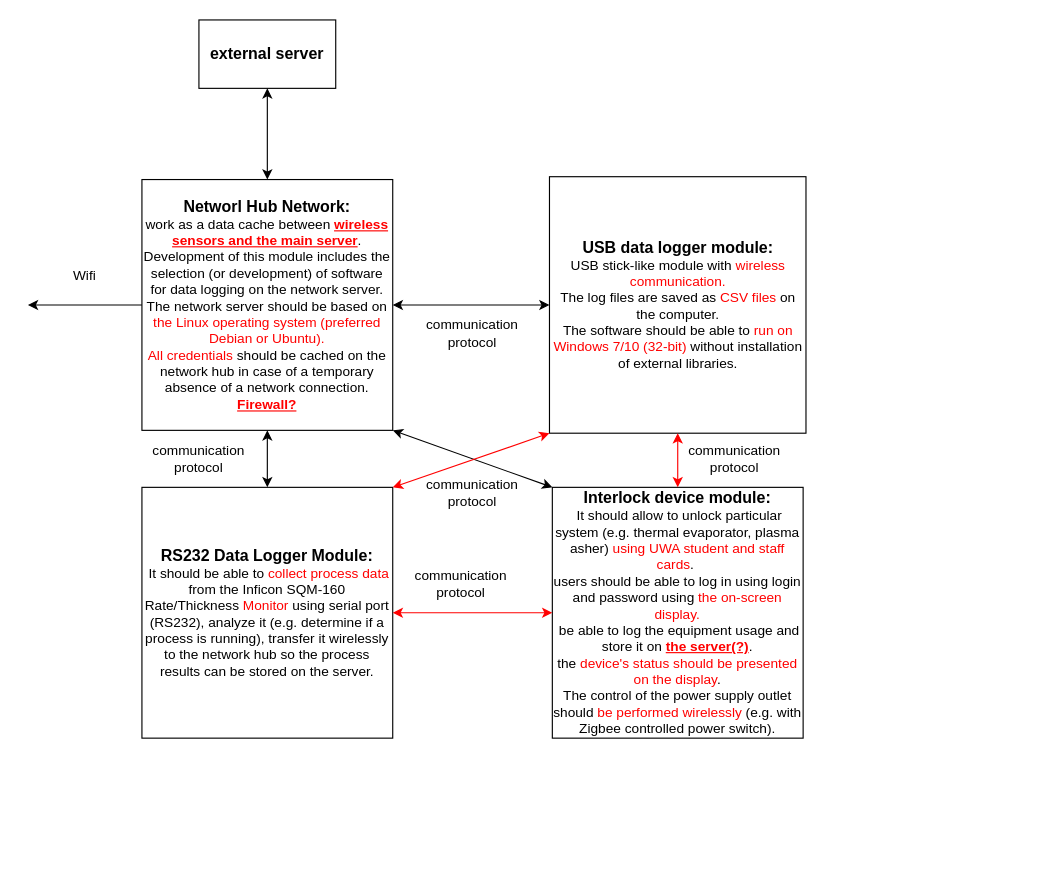
Before: Untitled Diagram.drawio in YJLinUWA/Getting-under-skin, a draw.io diagram. Source tidied: cells renumbered, new cells numbered last; positions are measured from the earlier drawing's top-left corner, leaving out a move shared by most shapes. Both pictures are drawn from the tidied source at 114%, with x=0, y=0 at pixel (27, 19).
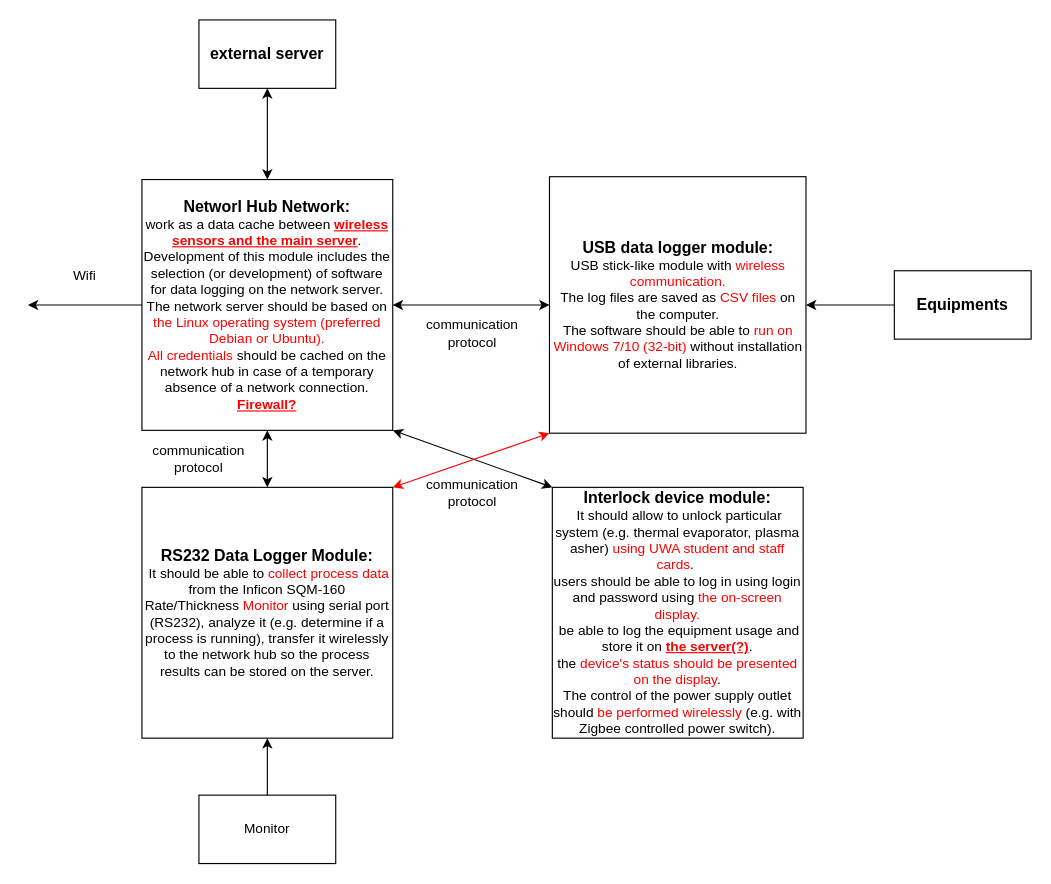
After the change.

Unchanged cells that the change refers to:
```xml
<mxCell id="4" value="&lt;b&gt;&lt;font style=&quot;font-size: 14px;&quot;&gt;USB data logger module:&lt;/font&gt;&lt;/b&gt;&lt;br&gt;USB stick-like module with &lt;font color=&quot;#ff0000&quot;&gt;wireless communication. &lt;br&gt;&lt;/font&gt;The log files are saved as&lt;font color=&quot;#ff0000&quot;&gt; CSV files &lt;/font&gt;on the computer. &lt;br&gt;The software should be able to &lt;font color=&quot;#ff0000&quot;&gt;run on Windows 7/10 (32-bit) &lt;/font&gt;without installation of external libraries." style="whiteSpace=wrap;html=1;" parent="1" vertex="1">
  <mxGeometry x="457.5" y="137.5" width="225" height="225" as="geometry" />
</mxCell>
<mxCell id="5" value="&lt;b&gt;&lt;font style=&quot;font-size: 14px;&quot;&gt;RS232 Data Logger Module:&lt;/font&gt;&lt;/b&gt;&lt;br&gt;&amp;nbsp;It should be able to &lt;font color=&quot;#ff0000&quot;&gt;collect process data&lt;/font&gt; from the Inficon SQM-160 Rate/Thickness&lt;font color=&quot;#ff0000&quot;&gt; Monitor&lt;/font&gt; using serial port (RS232), analyze it (e.g. determine if a process is running), transfer it wirelessly to the network hub so the process results can be stored on the server." style="whiteSpace=wrap;html=1;" parent="1" vertex="1">
  <mxGeometry x="100" y="410" width="220" height="220" as="geometry" />
</mxCell>
<mxCell id="6" value="&lt;font style=&quot;font-size: 14px;&quot;&gt;&lt;b&gt;Interlock device module:&lt;/b&gt;&lt;/font&gt;&lt;br&gt;&amp;nbsp;It should allow to unlock particular system (e.g. thermal evaporator, plasma asher) &lt;font color=&quot;#ff0000&quot;&gt;using UWA student and staff cards&lt;/font&gt;.&amp;nbsp;&lt;br&gt;users should be able to log in using login and password using &lt;font color=&quot;#ff0000&quot;&gt;the on-screen display.&lt;br&gt;&lt;/font&gt;&amp;nbsp;be able to log the equipment usage and store it on&lt;font color=&quot;#ff0000&quot;&gt; &lt;b&gt;&lt;u&gt;the server(?)&lt;/u&gt;&lt;/b&gt;&lt;/font&gt;. &lt;br&gt;the &lt;font color=&quot;#ff0000&quot;&gt;device's status should be presented on the display&lt;/font&gt;. &lt;br&gt;The control of the power supply outlet should &lt;font color=&quot;#ff0000&quot;&gt;be performed wirelessly&lt;/font&gt; (e.g. with Zigbee controlled power switch)." style="whiteSpace=wrap;html=1;" parent="1" vertex="1">
  <mxGeometry x="460" y="410" width="220" height="220" as="geometry" />
</mxCell>
```

What changed in the source:
```diff
@@
-    <mxCell id="12" style="endArrow=classic;startArrow=classic;html=1;rounded=0;exitX=0.5;exitY=0;exitDx=0;exitDy=0;entryX=0.5;entryY=1;entryDx=0;entryDy=0;strokeColor=#ff0000;" parent="1" edge="1" source="6" target="4">
-      <mxGeometry relative="1" as="geometry" />
-    </mxCell>
-    <mxCell id="13" style="endArrow=classic;startArrow=classic;html=1;rounded=0;entryX=0;entryY=0.5;entryDx=0;entryDy=0;exitX=1;exitY=0.5;exitDx=0;exitDy=0;strokeColor=#FF0000;" parent="1" edge="1" source="5" target="6">
-      <mxGeometry relative="1" as="geometry" />
-    </mxCell>
-    <mxCell id="14" value="communication protocol" style="text;html=1;strokeColor=none;fillColor=none;align=center;verticalAlign=middle;whiteSpace=wrap;rounded=0;" parent="1" vertex="1">
-      <mxGeometry x="350" y="480" width="60" height="30" as="geometry" />
-    </mxCell>
@@
-    <mxCell id="16" value="communication protocol" style="text;html=1;strokeColor=none;fillColor=none;align=center;verticalAlign=middle;whiteSpace=wrap;rounded=0;" parent="1" vertex="1">
-      <mxGeometry x="590" y="370" width="60" height="30" as="geometry" />
-    </mxCell>
@@
+    <mxCell id="21" style="edgeStyle=orthogonalEdgeStyle;rounded=0;jettySize=auto;html=1;exitX=0.5;exitY=0;exitDx=0;exitDy=0;entryX=0.5;entryY=1;entryDx=0;entryDy=0;" parent="1" edge="1" source="22" target="5">
+      <mxGeometry relative="1" as="geometry" />
+    </mxCell>
+    <mxCell id="22" value="Monitor" style="rounded=0;whiteSpace=wrap;html=1;" parent="1" vertex="1">
+      <mxGeometry x="150" y="680" width="120" height="60" as="geometry" />
+    </mxCell>
+    <mxCell id="23" style="edgeStyle=orthogonalEdgeStyle;rounded=0;jettySize=auto;html=1;exitX=0;exitY=0.5;exitDx=0;exitDy=0;entryX=1;entryY=0.5;entryDx=0;entryDy=0;" parent="1" edge="1" source="24" target="4">
+      <mxGeometry relative="1" as="geometry" />
+    </mxCell>
+    <mxCell id="24" value="&lt;font style=&quot;font-size: 14px;&quot;&gt;&lt;b&gt;Equipments&lt;/b&gt;&lt;/font&gt;" style="rounded=0;whiteSpace=wrap;html=1;" parent="1" vertex="1">
+      <mxGeometry x="760" y="220" width="120" height="60" as="geometry" />
+    </mxCell>
```
